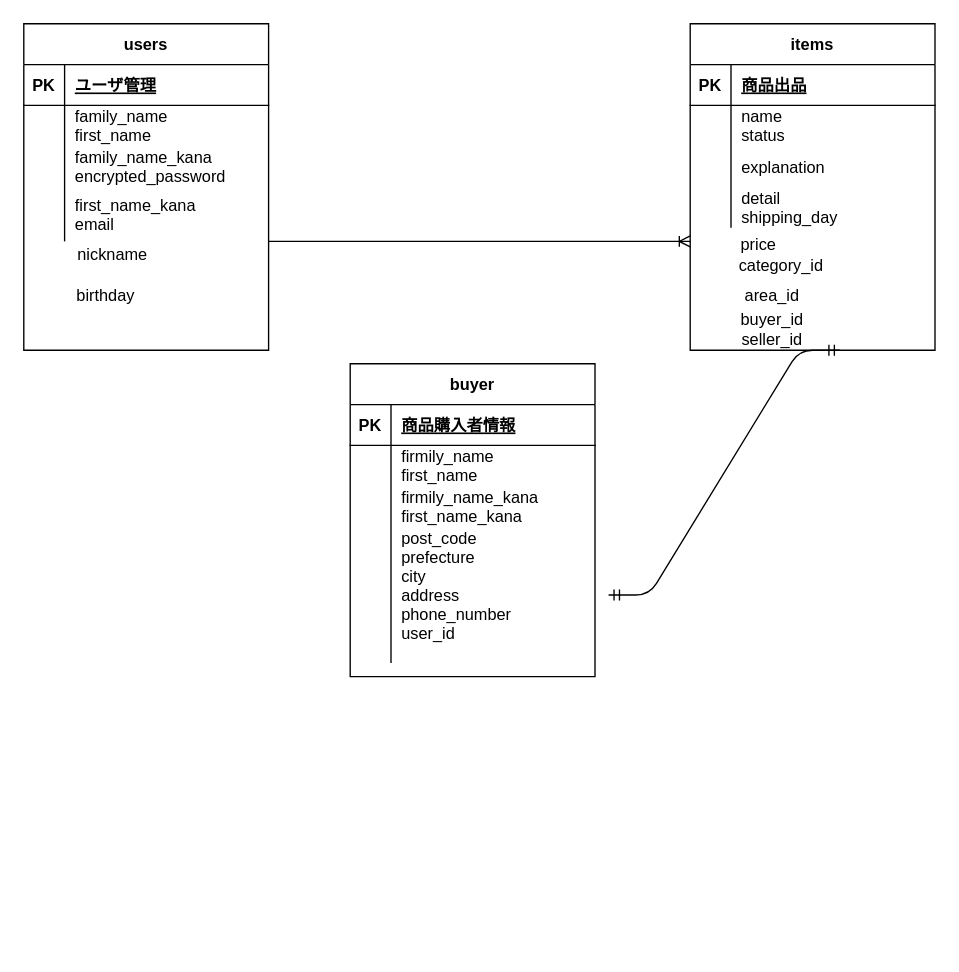
This is ER図.dio from sakaki38/furima-36023, a draw.io file, before an edit. Source tidied: cells renumbered, new cells numbered last; positions are measured from the earlier drawing's top-left corner, leaving out a move shared by most shapes. Both pictures are drawn from the tidied source at 136%, with x=0, y=0 at pixel (23, 23).
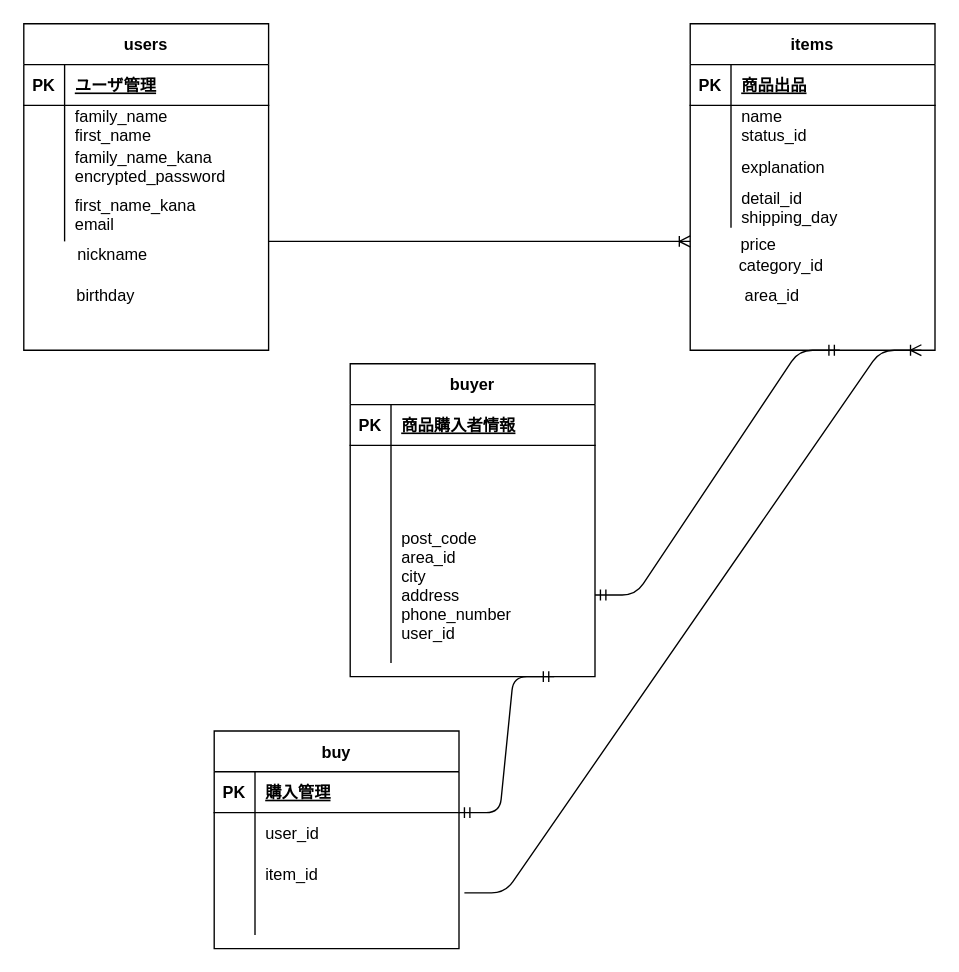
After the change.

Unchanged cells that the change refers to:
```xml
<mxCell id="19" style="shape=partialRectangle;fillColor=none;top=0;left=0;bottom=0;right=0;" parent="15" vertex="1">
  <mxGeometry y="60" width="180" height="30" as="geometry" />
</mxCell>
<mxCell id="22" style="shape=partialRectangle;fillColor=none;top=0;left=0;bottom=0;right=0;" parent="15" vertex="1">
  <mxGeometry y="90" width="180" height="30" as="geometry" />
</mxCell>
<mxCell id="25" style="shape=partialRectangle;fillColor=none;top=0;left=0;bottom=0;right=0;points=[[0,0.5],[1,0.5]];portConstraint=eastwest;" parent="15" vertex="1">
  <mxGeometry y="120" width="180" height="100" as="geometry" />
</mxCell>
<mxCell id="32" style="shape=partialRectangle;fillColor=none;top=0;left=0;bottom=0;right=0;" parent="28" vertex="1">
  <mxGeometry y="60" width="180" height="30" as="geometry" />
</mxCell>
<mxCell id="38" style="shape=partialRectangle;fillColor=none;top=0;left=0;bottom=0;right=0;" parent="28" vertex="1">
  <mxGeometry y="120" width="180" height="30" as="geometry" />
</mxCell>
```

What changed in the source:
```diff
@@
-    <mxCell id="21" value="firmily_name&#10;first_name" style="shape=partialRectangle;fillColor=none;top=0;left=0;bottom=0;right=0;align=left;spacingLeft=6;overflow=hidden;" parent="19" vertex="1">
+    <mxCell id="21" style="shape=partialRectangle;fillColor=none;top=0;left=0;bottom=0;right=0;align=left;spacingLeft=6;overflow=hidden;" parent="19" vertex="1">
       <mxGeometry x="30" width="150" height="30" as="geometry" />
     </mxCell>
@@
-    <mxCell id="24" value="firmily_name_kana&#10;first_name_kana" style="shape=partialRectangle;fillColor=none;top=0;left=0;bottom=0;right=0;align=left;spacingLeft=6;overflow=hidden;" parent="22" vertex="1">
+    <mxCell id="24" style="shape=partialRectangle;fillColor=none;top=0;left=0;bottom=0;right=0;align=left;spacingLeft=6;overflow=hidden;" parent="22" vertex="1">
       <mxGeometry x="30" width="150" height="30" as="geometry" />
     </mxCell>
@@
-    <mxCell id="27" value="post_code&#10;prefecture&#10;city&#10;address&#10;phone_number&#10;user_id&#10;" style="shape=partialRectangle;fillColor=none;top=0;left=0;bottom=0;right=0;align=left;spacingLeft=6;overflow=hidden;" parent="25" vertex="1">
+    <mxCell id="27" value="post_code&#10;area_id&#10;city&#10;address&#10;phone_number&#10;user_id&#10;" style="shape=partialRectangle;fillColor=none;top=0;left=0;bottom=0;right=0;align=left;spacingLeft=6;overflow=hidden;" parent="25" vertex="1">
       <mxGeometry x="30" width="150" height="100" as="geometry" />
     </mxCell>
@@
-    <mxCell id="34" value="name&#10;status" style="shape=partialRectangle;fillColor=none;top=0;left=0;bottom=0;right=0;align=left;spacingLeft=6;overflow=hidden;" parent="32" vertex="1">
+    <mxCell id="34" value="name&#10;status_id" style="shape=partialRectangle;fillColor=none;top=0;left=0;bottom=0;right=0;align=left;spacingLeft=6;overflow=hidden;" parent="32" vertex="1">
       <mxGeometry x="30" width="150" height="30" as="geometry" />
     </mxCell>
@@
-    <mxCell id="40" value="detail&#10;shipping_day" style="shape=partialRectangle;fillColor=none;top=0;left=0;bottom=0;right=0;align=left;spacingLeft=6;overflow=hidden;" parent="38" vertex="1">
+    <mxCell id="40" value="detail_id&#10;shipping_day" style="shape=partialRectangle;fillColor=none;top=0;left=0;bottom=0;right=0;align=left;spacingLeft=6;overflow=hidden;" parent="38" vertex="1">
       <mxGeometry x="30" width="150" height="30" as="geometry" />
     </mxCell>
@@
-    <mxCell id="45" style="edgeStyle=entityRelationEdgeStyle;fontSize=12;html=1;endArrow=ERmandOne;startArrow=ERmandOne;" parent="1" edge="1">
+    <mxCell id="45" style="edgeStyle=entityRelationEdgeStyle;fontSize=12;html=1;endArrow=ERmandOne;startArrow=ERmandOne;exitX=1;exitY=0.5;exitDx=0;exitDy=0;" parent="1" edge="1" source="25">
       <mxGeometry relative="1" as="geometry">
-        <mxPoint x="430" y="420" as="sourcePoint" />
         <mxPoint x="600" y="240" as="targetPoint" />
       </mxGeometry>
     </mxCell>
@@
-    <mxCell id="47" value="buyer_id&lt;br&gt;seller_id" style="text;html=1;align=center;verticalAlign=middle;strokeColor=none;" parent="1" vertex="1">
-      <mxGeometry x="520" y="210" width="60" height="30" as="geometry" />
-    </mxCell>
+    <mxCell id="48" value="buy" style="shape=table;startSize=30;childLayout=tableLayout;rowLines=0;fontStyle=1;align=center;" parent="1" vertex="1">
+      <mxGeometry x="140" y="520" width="180" height="160" as="geometry" />
+    </mxCell>
+    <mxCell id="49" style="shape=partialRectangle;fillColor=none;top=0;left=0;bottom=1;right=0;" parent="48" vertex="1">
+      <mxGeometry y="30" width="180" height="30" as="geometry" />
+    </mxCell>
+    <mxCell id="50" value="PK" style="shape=partialRectangle;fillColor=none;top=0;left=0;bottom=0;right=0;fontStyle=1;overflow=hidden;" parent="49" vertex="1">
+      <mxGeometry width="30" height="30" as="geometry" />
+    </mxCell>
+    <mxCell id="51" value="購入管理" style="shape=partialRectangle;fillColor=none;top=0;left=0;bottom=0;right=0;align=left;spacingLeft=6;fontStyle=5;overflow=hidden;" parent="49" vertex="1">
+      <mxGeometry x="30" width="150" height="30" as="geometry" />
+    </mxCell>
+    <mxCell id="52" style="shape=partialRectangle;fillColor=none;top=0;left=0;bottom=0;right=0;" parent="48" vertex="1">
+      <mxGeometry y="60" width="180" height="30" as="geometry" />
+    </mxCell>
+    <mxCell id="53" style="shape=partialRectangle;fillColor=none;top=0;left=0;bottom=0;right=0;overflow=hidden;" parent="52" vertex="1">
+      <mxGeometry width="30" height="30" as="geometry" />
+    </mxCell>
+    <mxCell id="54" value="user_id" style="shape=partialRectangle;fillColor=none;top=0;left=0;bottom=0;right=0;align=left;spacingLeft=6;overflow=hidden;" parent="52" vertex="1">
+      <mxGeometry x="30" width="150" height="30" as="geometry" />
+    </mxCell>
+    <mxCell id="55" style="shape=partialRectangle;fillColor=none;top=0;left=0;bottom=0;right=0;points=[[0,0.5],[1,0.5]];portConstraint=eastwest;" parent="48" vertex="1">
+      <mxGeometry y="90" width="180" height="30" as="geometry" />
+    </mxCell>
+    <mxCell id="56" style="shape=partialRectangle;fillColor=none;top=0;left=0;bottom=0;right=0;overflow=hidden;" parent="55" vertex="1">
+      <mxGeometry width="30" height="30" as="geometry" />
+    </mxCell>
+    <mxCell id="57" value="item_id" style="shape=partialRectangle;fillColor=none;top=0;left=0;bottom=0;right=0;align=left;spacingLeft=6;overflow=hidden;" parent="55" vertex="1">
+      <mxGeometry x="30" width="150" height="30" as="geometry" />
+    </mxCell>
+    <mxCell id="58" style="shape=partialRectangle;fillColor=none;top=0;left=0;bottom=0;right=0;" parent="48" vertex="1">
+      <mxGeometry y="120" width="180" height="30" as="geometry" />
+    </mxCell>
+    <mxCell id="59" style="shape=partialRectangle;fillColor=none;top=0;left=0;bottom=0;right=0;overflow=hidden;" parent="58" vertex="1">
+      <mxGeometry width="30" height="30" as="geometry" />
+    </mxCell>
+    <mxCell id="60" style="shape=partialRectangle;fillColor=none;top=0;left=0;bottom=0;right=0;align=left;spacingLeft=6;overflow=hidden;" parent="58" vertex="1">
+      <mxGeometry x="30" width="150" height="30" as="geometry" />
+    </mxCell>
+    <mxCell id="61" style="edgeStyle=entityRelationEdgeStyle;fontSize=12;html=1;endArrow=ERmandOne;startArrow=ERmandOne;" parent="1" edge="1">
+      <mxGeometry relative="1" as="geometry">
+        <mxPoint x="320" y="580" as="sourcePoint" />
+        <mxPoint x="390" y="480" as="targetPoint" />
+      </mxGeometry>
+    </mxCell>
+    <mxCell id="62" style="edgeStyle=entityRelationEdgeStyle;fontSize=12;html=1;endArrow=ERoneToMany;exitX=1.022;exitY=0.967;exitDx=0;exitDy=0;exitPerimeter=0;" parent="1" edge="1" source="55">
+      <mxGeometry relative="1" as="geometry">
+        <mxPoint x="660" y="240" as="targetPoint" />
+      </mxGeometry>
+    </mxCell>
```
